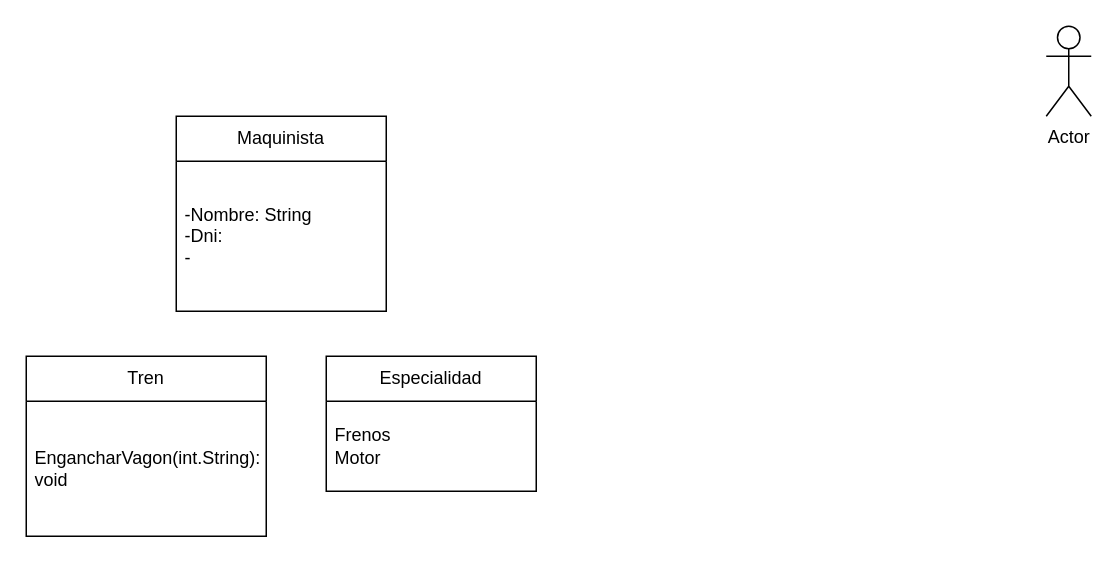
The draw.io diagram Diagrama de prueba.drawio in RaulPerezAguilar/ACTIVIDADES-JAVA-UD4, before the edit. Source tidied: cells renumbered, new cells numbered last; positions are measured from the earlier drawing's top-left corner, leaving out a move shared by most shapes. Both pictures are drawn from the tidied source at 150%, with x=0, y=0 at pixel (26, 26).
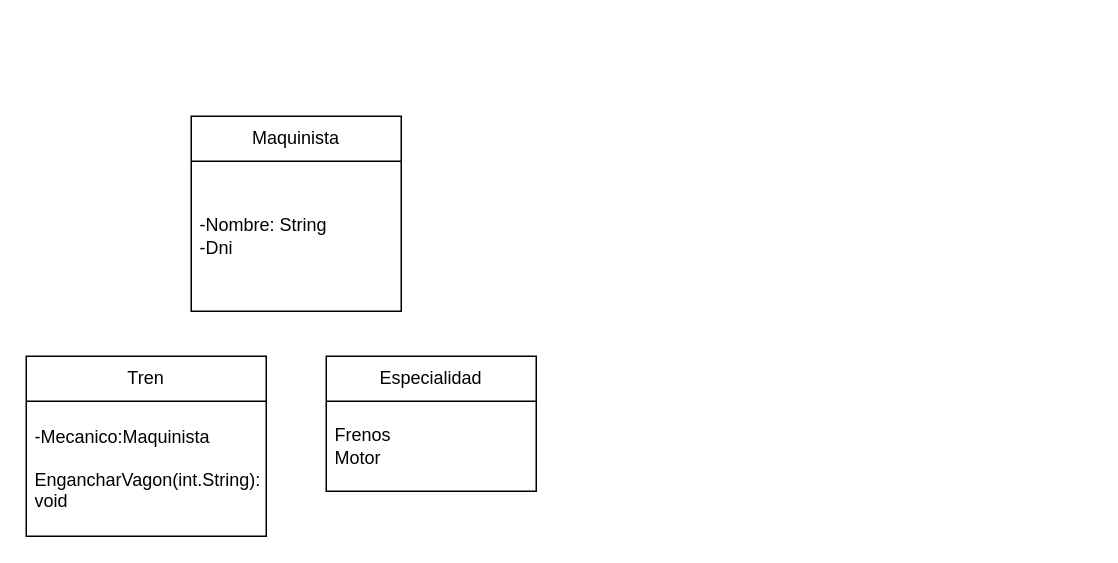
The same diagram, later.

Change to the diagram source:
```diff
@@
 <mxGraphModel>
   <root>
     <mxCell id="0" />
     <mxCell id="1" parent="0" />
     <mxCell id="2" value="Maquinista" style="swimlane;fontStyle=0;horizontal=1;startSize=30;whiteSpace=wrap;html=1;" parent="1" vertex="1">
-      <mxGeometry x="100" y="60" width="140" height="130" as="geometry" />
+      <mxGeometry x="110" y="60" width="140" height="130" as="geometry" />
     </mxCell>
-    <mxCell id="3" value="-Nombre: String&lt;div&gt;-Dni:&amp;nbsp;&lt;/div&gt;&lt;div&gt;-&lt;/div&gt;" style="text;strokeColor=none;fillColor=none;align=left;verticalAlign=middle;spacingLeft=4;spacingRight=4;overflow=hidden;whiteSpace=wrap;html=1;" parent="2" vertex="1">
+    <mxCell id="3" value="-Nombre: String&lt;div&gt;-Dni&lt;/div&gt;" style="text;strokeColor=none;fillColor=none;align=left;verticalAlign=middle;spacingLeft=4;spacingRight=4;overflow=hidden;whiteSpace=wrap;html=1;" parent="2" vertex="1">
       <mxGeometry y="30" width="140" height="100" as="geometry" />
     </mxCell>
     <mxCell id="4" value="Especialidad" style="swimlane;fontStyle=0;horizontal=1;startSize=30;whiteSpace=wrap;html=1;" parent="1" vertex="1">
       <mxGeometry x="200" y="220" width="140" height="90" as="geometry" />
     </mxCell>
     <mxCell id="5" value="Frenos&lt;div&gt;Motor&lt;/div&gt;" style="text;strokeColor=none;fillColor=none;align=left;verticalAlign=middle;spacingLeft=4;spacingRight=4;overflow=hidden;whiteSpace=wrap;html=1;" parent="4" vertex="1">
       <mxGeometry y="30" width="140" height="60" as="geometry" />
     </mxCell>
     <mxCell id="6" value="Tren" style="swimlane;fontStyle=0;horizontal=1;startSize=30;whiteSpace=wrap;html=1;" parent="1" vertex="1">
       <mxGeometry y="220" width="160" height="120" as="geometry" />
     </mxCell>
-    <mxCell id="7" value="EngancharVagon(int.String&lt;span style=&quot;background-color: transparent; color: light-dark(rgb(0, 0, 0), rgb(255, 255, 255));&quot;&gt;):&lt;/span&gt;&lt;div&gt;&lt;span style=&quot;background-color: transparent; color: light-dark(rgb(0, 0, 0), rgb(255, 255, 255));&quot;&gt;void&lt;/span&gt;&lt;/div&gt;" style="text;strokeColor=none;fillColor=none;align=left;verticalAlign=middle;spacingLeft=4;spacingRight=4;overflow=hidden;whiteSpace=wrap;html=1;" parent="6" vertex="1">
+    <mxCell id="7" value="&lt;div&gt;-Mecanico:Maquinista&lt;/div&gt;&lt;div&gt;&lt;br&gt;&lt;/div&gt;EngancharVagon(int.String&lt;span style=&quot;background-color: transparent; color: light-dark(rgb(0, 0, 0), rgb(255, 255, 255));&quot;&gt;):&lt;/span&gt;&lt;div&gt;&lt;span style=&quot;background-color: transparent; color: light-dark(rgb(0, 0, 0), rgb(255, 255, 255));&quot;&gt;void&lt;/span&gt;&lt;/div&gt;" style="text;strokeColor=none;fillColor=none;align=left;verticalAlign=middle;spacingLeft=4;spacingRight=4;overflow=hidden;whiteSpace=wrap;html=1;" parent="6" vertex="1">
       <mxGeometry y="30" width="160" height="90" as="geometry" />
     </mxCell>
-    <mxCell id="8" value="Actor" style="shape=umlActor;verticalLabelPosition=bottom;verticalAlign=top;html=1;" parent="1" vertex="1">
-      <mxGeometry x="680" width="30" height="60" as="geometry" />
-    </mxCell>
   </root>
 </mxGraphModel>
```
